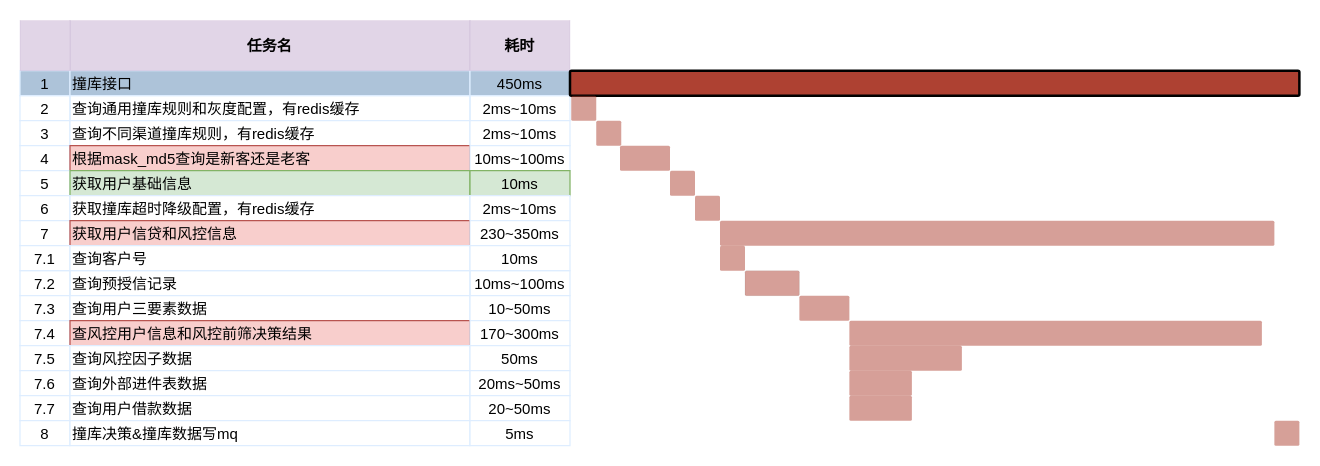
yuanlj-tea/picgo keeps this draw.io diagram as api撞库-timeline.drawio. Above is the earlier version. Source tidied: cells renumbered, new cells numbered last; positions are measured from the earlier drawing's top-left corner, leaving out a move shared by most shapes. Both pictures are drawn from the tidied source at 125%, with x=0, y=0 at pixel (19, 20).
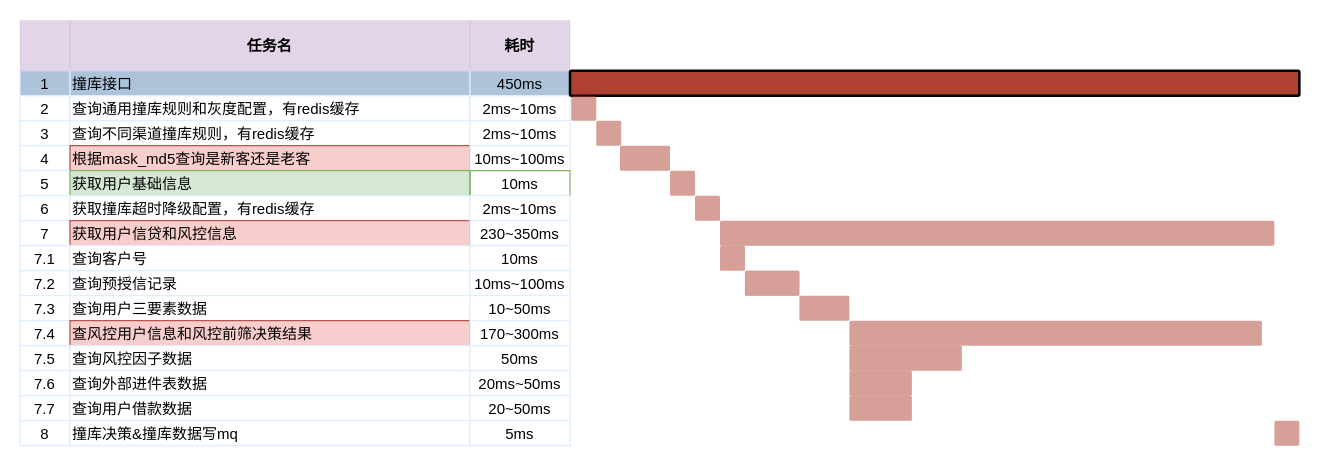
The same diagram, later.

The edit, as a diff of the source:
```diff
@@
-    <mxCell id="16" value="10ms" style="strokeColor=#82b366;fillColor=#d5e8d4;" parent="1" vertex="1">
+    <mxCell id="16" value="10ms" style="strokeColor=#82b366;fillColor=none;" parent="1" vertex="1">
       <mxGeometry x="360.5" y="120" width="80" height="20" as="geometry" />
     </mxCell>
```
